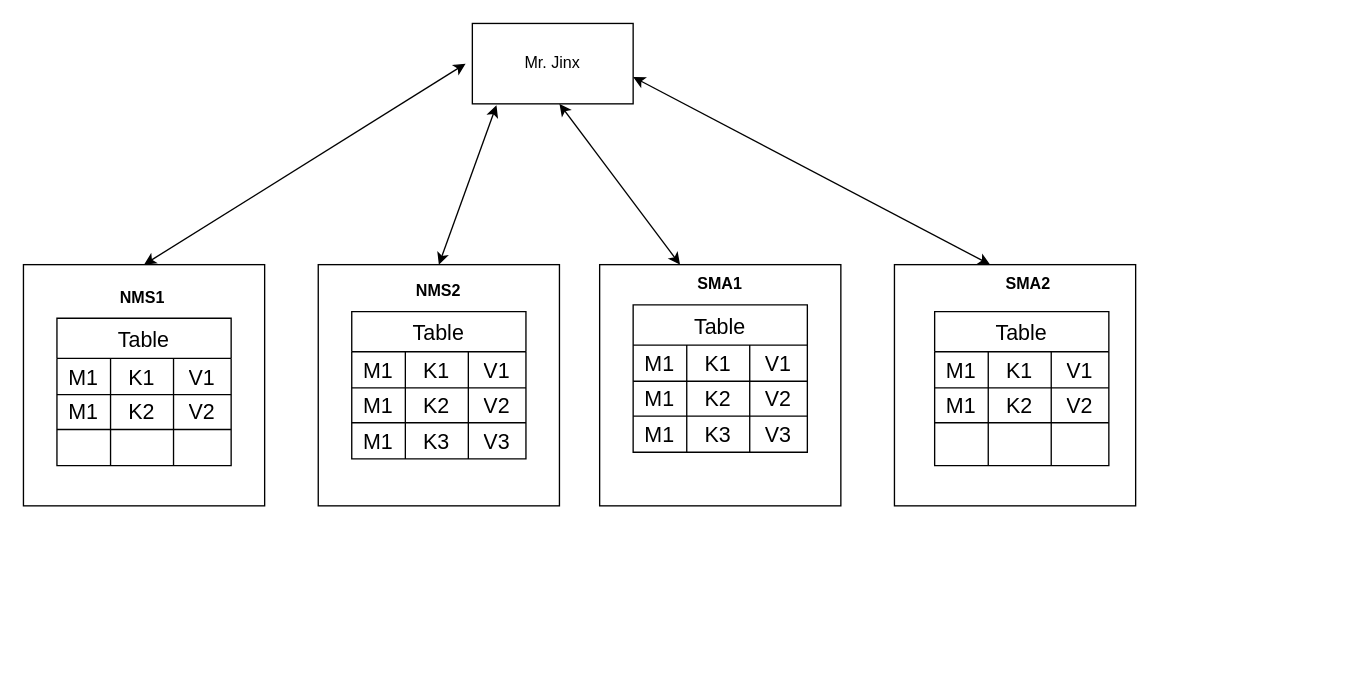
The draw.io diagram NMS SMA Cache.drawio in anshuldevmehta/RandomDiagrams, before the edit. Source tidied: cells renumbered, new cells numbered last; positions are measured from the earlier drawing's top-left corner, leaving out a move shared by most shapes. Both pictures are drawn from the tidied source at 134%, with x=0, y=0 at pixel (23, 23).
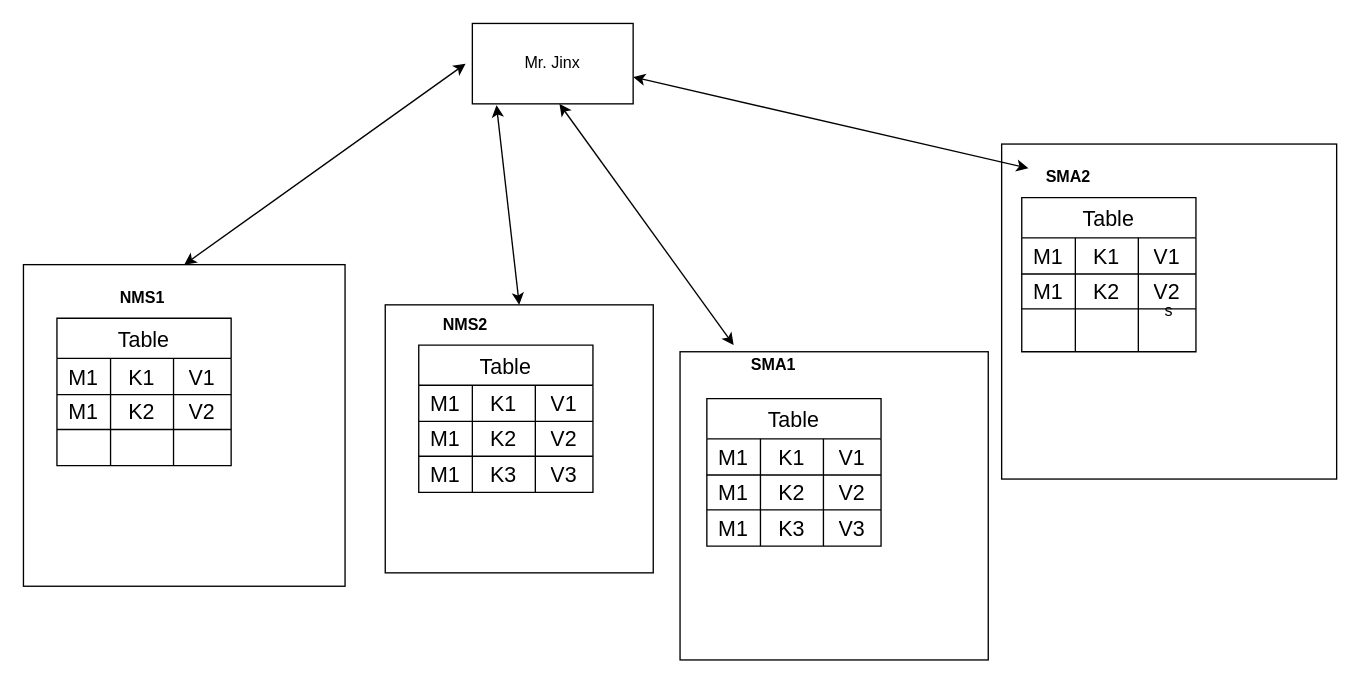
The same diagram, later.

Change to the diagram source:
```diff
@@
     <mxCell id="2" style="whiteSpace=wrap;html=1;" parent="1" vertex="1">
-      <mxGeometry y="180" width="180" height="180" as="geometry" />
+      <mxGeometry y="180" width="240" height="240" as="geometry" />
     </mxCell>
     <mxCell id="3" style="whiteSpace=wrap;html=1;" parent="1" vertex="1">
-      <mxGeometry x="220" y="180" width="180" height="180" as="geometry" />
+      <mxGeometry x="270" y="210" width="200" height="200" as="geometry" />
     </mxCell>
     <mxCell id="4" style="whiteSpace=wrap;html=1;" parent="1" vertex="1">
-      <mxGeometry x="430" y="180" width="180" height="180" as="geometry" />
+      <mxGeometry x="490" y="245" width="230" height="230" as="geometry" />
     </mxCell>
-    <mxCell id="5" style="whiteSpace=wrap;html=1;" parent="1" vertex="1">
-      <mxGeometry x="650" y="180" width="180" height="180" as="geometry" />
+    <mxCell id="5" value="s" style="whiteSpace=wrap;html=1;" parent="1" vertex="1">
+      <mxGeometry x="730" y="90" width="250" height="250" as="geometry" />
     </mxCell>
@@
     <mxCell id="19" value="Table" style="shape=table;startSize=30;childLayout=tableLayout;strokeColor=default;fontSize=16;" parent="1" vertex="1">
-      <mxGeometry x="245" y="215" width="130" height="110" as="geometry" />
+      <mxGeometry x="295" y="240" width="130" height="110" as="geometry" />
     </mxCell>
@@
     <mxCell id="32" value="Table" style="shape=table;startSize=30;childLayout=tableLayout;strokeColor=default;fontSize=16;" parent="1" vertex="1">
-      <mxGeometry x="455" y="210" width="130" height="110" as="geometry" />
+      <mxGeometry x="510" y="280" width="130" height="110" as="geometry" />
     </mxCell>
@@
     <mxCell id="45" value="Table" style="shape=table;startSize=30;childLayout=tableLayout;strokeColor=default;fontSize=16;" parent="1" vertex="1">
-      <mxGeometry x="680" y="215" width="130" height="115" as="geometry" />
+      <mxGeometry x="745" y="130" width="130" height="115" as="geometry" />
     </mxCell>
@@
     <mxCell id="59" value="&lt;b&gt;NMS2&lt;/b&gt;" style="text;html=1;strokeColor=none;fillColor=none;align=center;verticalAlign=middle;whiteSpace=wrap;rounded=0;" parent="1" vertex="1">
-      <mxGeometry x="280" y="185" width="60" height="30" as="geometry" />
+      <mxGeometry x="300" y="210" width="60" height="30" as="geometry" />
     </mxCell>
     <mxCell id="60" value="&lt;b&gt;SMA1&lt;/b&gt;" style="text;html=1;strokeColor=none;fillColor=none;align=center;verticalAlign=middle;whiteSpace=wrap;rounded=0;" parent="1" vertex="1">
-      <mxGeometry x="490" y="180" width="60" height="30" as="geometry" />
+      <mxGeometry x="530" y="240" width="60" height="30" as="geometry" />
     </mxCell>
     <mxCell id="61" value="&lt;b&gt;SMA2&lt;/b&gt;" style="text;html=1;strokeColor=none;fillColor=none;align=center;verticalAlign=middle;whiteSpace=wrap;rounded=0;" parent="1" vertex="1">
-      <mxGeometry x="720" y="180" width="60" height="30" as="geometry" />
+      <mxGeometry x="750" y="100" width="60" height="30" as="geometry" />
     </mxCell>
```
